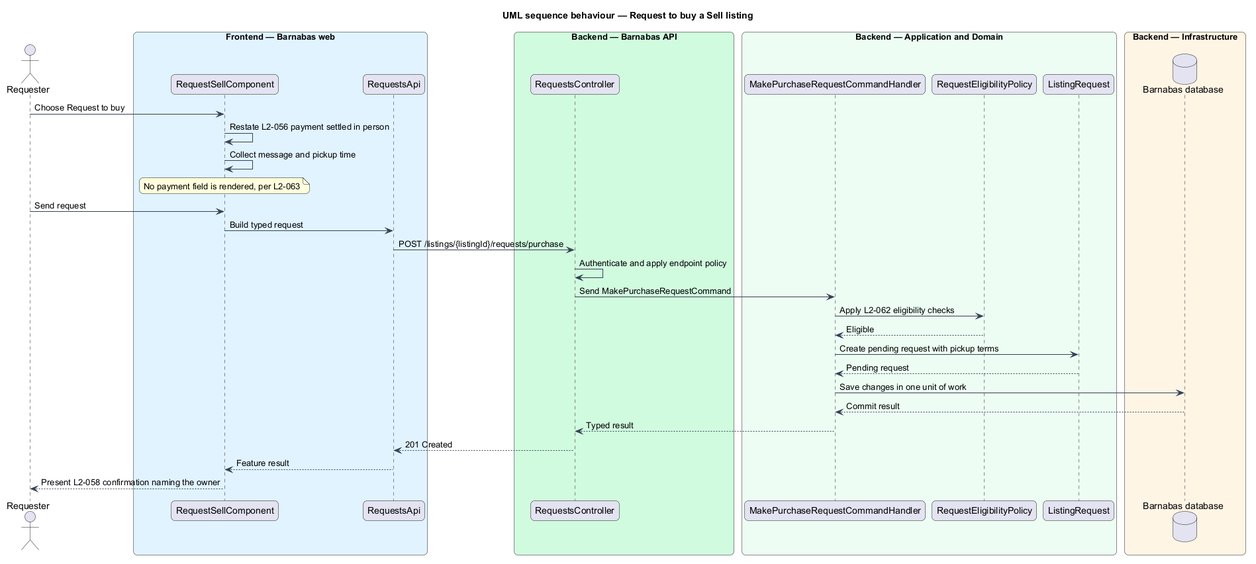
Before: docs/detailed-designs/requests/make-a-request/diagrams/sequence-purchase.png, a diagram exported from PlantUML (QuinntyneBrown/Barnabas). Its diagram source:
```plantuml
@startuml
title UML sequence behaviour — Request to buy a Sell listing
skinparam backgroundColor #FFFFFF
skinparam shadowing false
skinparam roundcorner 12
skinparam defaultFontName Arial
skinparam ArrowColor #344054
skinparam rectangle {
  BorderColor #344054
  FontColor #101828
}
skinparam package {
  BorderColor #667085
  FontColor #101828
  BackgroundColor #F9FAFB
}
actor "Requester" as actor
box "Frontend — Barnabas web" #E0F2FE
  participant "RequestSellComponent" as page
  participant "RequestsApi" as client
end box
box "Backend — Barnabas API" #D1FADF
  participant "RequestsController" as controller
end box
box "Backend — Application and Domain" #ECFDF3
  participant "MakePurchaseRequestCommandHandler" as handler
  participant "RequestEligibilityPolicy" as policy
  participant "ListingRequest" as entity
end box
box "Backend — Infrastructure" #FFF4E5
  database "Barnabas database" as db
end box

actor -> page : Choose Request to buy
page -> page : Restate L2-056 payment settled in person
page -> page : Collect message and pickup time
note over page : No payment field is rendered, per L2-063
actor -> page : Send request
page -> client : Build typed request
client -> controller : POST /listings/{listingId}/requests/purchase
controller -> controller : Authenticate and apply endpoint policy
controller -> handler : Send MakePurchaseRequestCommand
handler -> policy : Apply L2-062 eligibility checks
policy --> handler : Eligible
handler -> entity : Create pending request with pickup terms
entity --> handler : Pending request
handler -> db : Save changes in one unit of work
db --> handler : Commit result
handler --> controller : Typed result
controller --> client : 201 Created
client --> page : Feature result
page --> actor : Present L2-058 confirmation naming the owner
@enduml
```
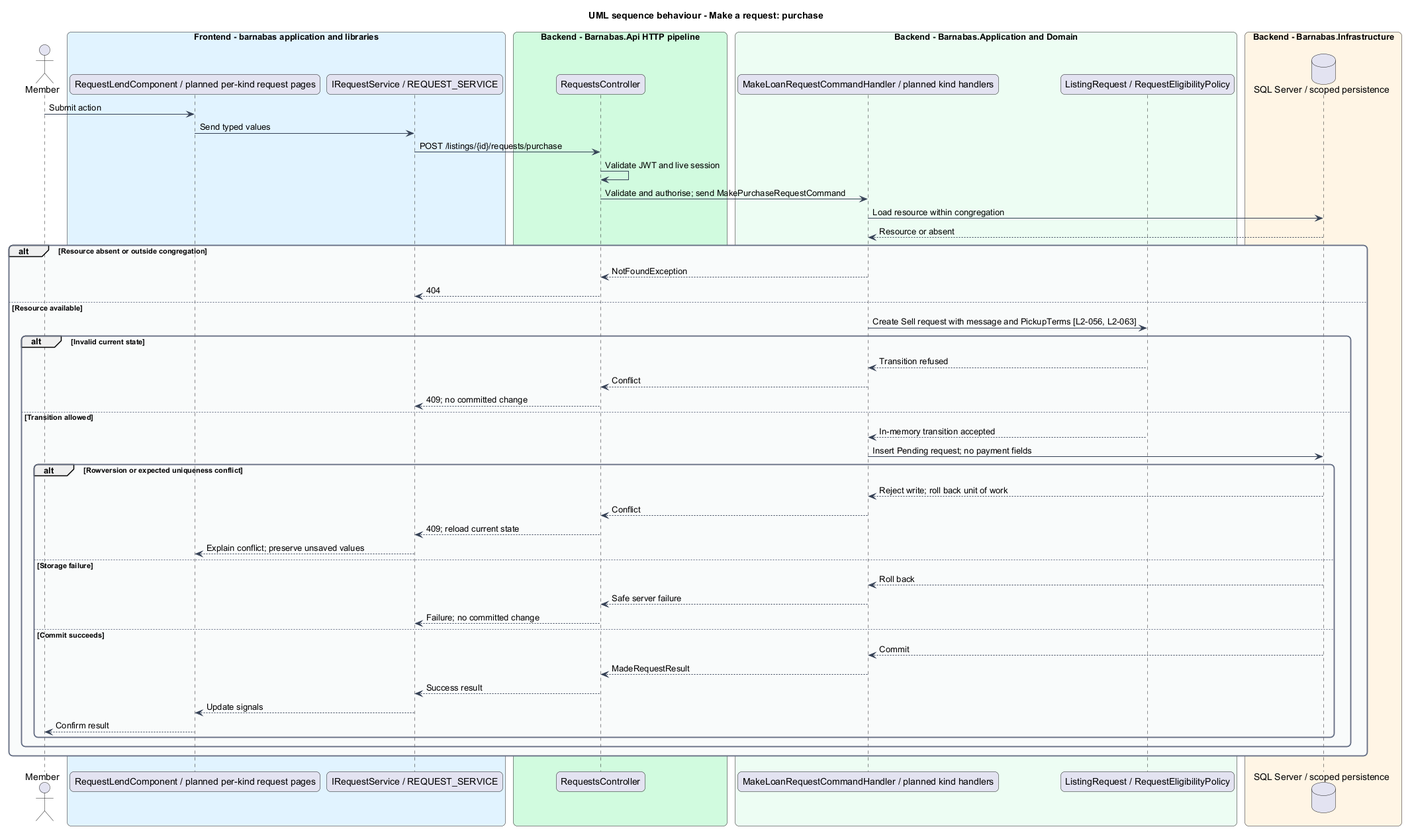
The same diagram one commit later.

What changed in the source:
```diff
@@ -1,5 +1,5 @@
 @startuml
-title UML sequence behaviour — Request to buy a Sell listing
+title UML sequence behaviour - Make a request: purchase
 skinparam backgroundColor #FFFFFF
 skinparam shadowing false
 skinparam roundcorner 12
@@ -14,40 +14,56 @@
   FontColor #101828
   BackgroundColor #F9FAFB
 }
-actor "Requester" as actor
-box "Frontend — Barnabas web" #E0F2FE
-  participant "RequestSellComponent" as page
-  participant "RequestsApi" as client
+actor "Member" as actor
+box "Frontend - barnabas application and libraries" #E0F2FE
+  participant "RequestLendComponent / planned per-kind request pages" as page
+  participant "IRequestService / REQUEST_SERVICE" as client
 end box
-box "Backend — Barnabas API" #D1FADF
-  participant "RequestsController" as controller
+box "Backend - Barnabas.Api HTTP pipeline" #D1FADF
+  participant "RequestsController" as api
 end box
-box "Backend — Application and Domain" #ECFDF3
-  participant "MakePurchaseRequestCommandHandler" as handler
-  participant "RequestEligibilityPolicy" as policy
-  participant "ListingRequest" as entity
+box "Backend - Barnabas.Application and Domain" #ECFDF3
+  participant "MakeLoanRequestCommandHandler / planned kind handlers" as handler
+  participant "ListingRequest / RequestEligibilityPolicy" as entity
 end box
-box "Backend — Infrastructure" #FFF4E5
-  database "Barnabas database" as db
+box "Backend - Barnabas.Infrastructure" #FFF4E5
+  database "SQL Server / scoped persistence" as db
 end box
-
-actor -> page : Choose Request to buy
-page -> page : Restate L2-056 payment settled in person
-page -> page : Collect message and pickup time
-note over page : No payment field is rendered, per L2-063
-actor -> page : Send request
-page -> client : Build typed request
-client -> controller : POST /listings/{listingId}/requests/purchase
-controller -> controller : Authenticate and apply endpoint policy
-controller -> handler : Send MakePurchaseRequestCommand
-handler -> policy : Apply L2-062 eligibility checks
-policy --> handler : Eligible
-handler -> entity : Create pending request with pickup terms
-entity --> handler : Pending request
-handler -> db : Save changes in one unit of work
-db --> handler : Commit result
-handler --> controller : Typed result
-controller --> client : 201 Created
-client --> page : Feature result
-page --> actor : Present L2-058 confirmation naming the owner
+actor -> page : Submit action
+page -> client : Send typed values
+client -> api : POST /listings/{id}/requests/purchase
+api -> api : Validate JWT and live session
+api -> handler : Validate and authorise; send MakePurchaseRequestCommand
+handler -> db : Load resource within congregation
+db --> handler : Resource or absent
+alt Resource absent or outside congregation
+  handler --> api : NotFoundException
+  api --> client : 404
+else Resource available
+  handler -> entity : Create Sell request with message and PickupTerms [L2-056, L2-063]
+  alt Invalid current state
+    entity --> handler : Transition refused
+    handler --> api : Conflict
+    api --> client : 409; no committed change
+  else Transition allowed
+    entity --> handler : In-memory transition accepted
+    handler -> db : Insert Pending request; no payment fields
+    alt Rowversion or expected uniqueness conflict
+      db --> handler : Reject write; roll back unit of work
+      handler --> api : Conflict
+      api --> client : 409; reload current state
+      client --> page : Explain conflict; preserve unsaved values
+    else Storage failure
+      db --> handler : Roll back
+      handler --> api : Safe server failure
+      api --> client : Failure; no committed change
+    else Commit succeeds
+      db --> handler : Commit
+      handler --> api : MadeRequestResult
+      api --> client : Success result
+      client --> page : Update signals
+      page --> actor : Confirm result
+    end
+  end
+end
 @enduml
```
